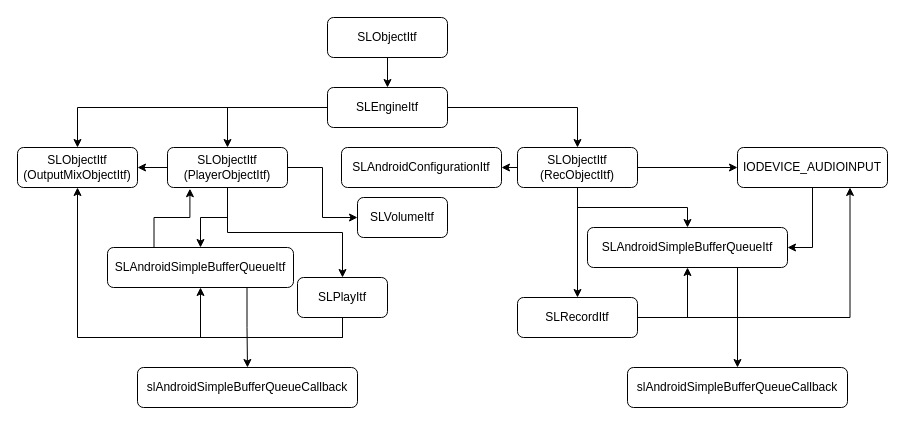
The draw.io diagram Agora/opensles.drawio in hanpfei/uml_document, before the edit. Source tidied: cells renumbered, new cells numbered last; positions are measured from the earlier drawing's top-left corner, leaving out a move shared by most shapes. Both pictures are drawn from the tidied source at 100%, with x=0, y=0 at pixel (17, 17).
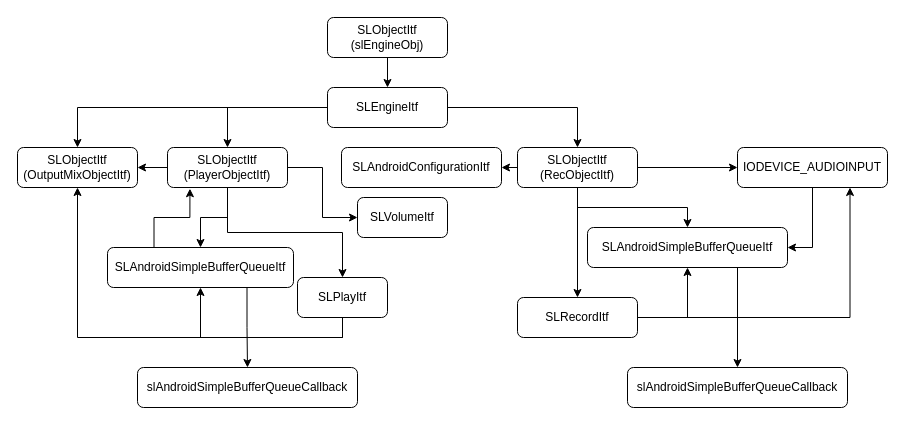
The same page after the edit.

Change to the diagram source:
```diff
@@
-    <mxCell id="3" value="SLObjectItf" style="rounded=1;whiteSpace=wrap;html=1;" parent="1" vertex="1">
+    <mxCell id="3" value="SLObjectItf (slEngineObj)" style="rounded=1;whiteSpace=wrap;html=1;" parent="1" vertex="1">
       <mxGeometry x="310" width="120" height="40" as="geometry" />
     </mxCell>
```
